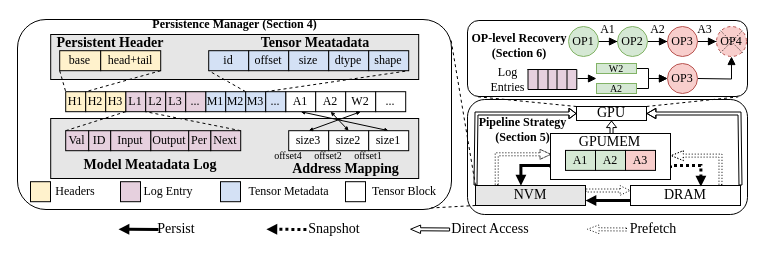
Earlier version of the draw.io diagram fig/system_design_new.drawio (icszhr/NCheck). Source tidied: cells renumbered, new cells numbered last; positions are measured from the earlier drawing's top-left corner, leaving out a move shared by most shapes. Both pictures are drawn from the tidied source at 100%, with x=0, y=0 at pixel (17, 19).
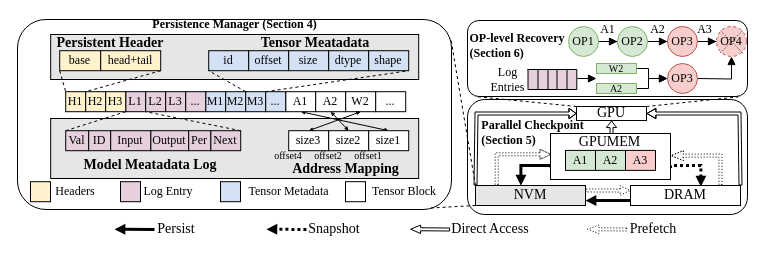
After the change.

The edit, as a diff of the source:
```diff
@@
     <mxCell id="20" style="rounded=0;orthogonalLoop=1;jettySize=auto;html=1;strokeWidth=3;entryX=1;entryY=0.25;entryDx=0;entryDy=0;endArrow=block;endFill=1;endSize=3;fontFamily=Times New Roman;" parent="1" edge="1">
       <mxGeometry relative="1" as="geometry">
-        <mxPoint x="141" y="210" as="sourcePoint" />
-        <mxPoint x="101" y="209.7" as="targetPoint" />
+        <mxPoint x="137" y="210" as="sourcePoint" />
+        <mxPoint x="97" y="209.7" as="targetPoint" />
       </mxGeometry>
     </mxCell>
@@
-    <mxCell id="26" value="&lt;font&gt;&lt;b&gt;Pipeline Strategy&lt;/b&gt;&lt;/font&gt;&lt;div&gt;&lt;font&gt;&lt;b&gt;(Section 5)&lt;/b&gt;&lt;/font&gt;&lt;/div&gt;" style="text;html=1;align=center;verticalAlign=middle;whiteSpace=wrap;rounded=0;fontFamily=Times New Roman;" parent="1" vertex="1">
-      <mxGeometry x="456" y="95" width="99" height="30" as="geometry" />
+    <mxCell id="26" value="&lt;font&gt;&lt;b&gt;Parallel Checkpoint&lt;/b&gt;&lt;/font&gt;&lt;div style=&quot;text-align: left;&quot;&gt;&lt;font&gt;&lt;b&gt;(Section 5)&lt;/b&gt;&lt;/font&gt;&lt;/div&gt;" style="text;html=1;align=center;verticalAlign=middle;whiteSpace=wrap;rounded=0;fontFamily=Times New Roman;" parent="1" vertex="1">
+      <mxGeometry x="452.5" y="98" width="125" height="30" as="geometry" />
     </mxCell>
@@
-    <mxCell id="42" value="&lt;font&gt;&lt;b&gt;OP-level Recovery&lt;/b&gt;&lt;/font&gt;&lt;div&gt;&lt;font&gt;&lt;b&gt;(Section 6)&lt;/b&gt;&lt;/font&gt;&lt;/div&gt;" style="text;html=1;align=center;verticalAlign=middle;whiteSpace=wrap;rounded=0;fontFamily=Times New Roman;" parent="1" vertex="1">
-      <mxGeometry x="450" y="11.2" width="104" height="30" as="geometry" />
+    <mxCell id="42" value="&lt;font&gt;&lt;b&gt;OP-level Recovery&lt;/b&gt;&lt;/font&gt;&lt;div style=&quot;text-align: left;&quot;&gt;&lt;font&gt;&lt;b&gt;(Section 6)&lt;/b&gt;&lt;/font&gt;&lt;/div&gt;" style="text;html=1;align=center;verticalAlign=middle;whiteSpace=wrap;rounded=0;fontFamily=Times New Roman;" parent="1" vertex="1">
+      <mxGeometry x="448" y="11.2" width="104" height="30" as="geometry" />
     </mxCell>
```
